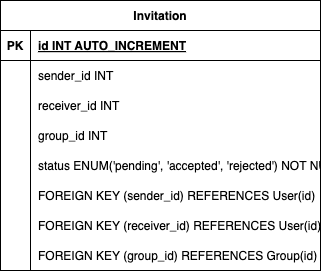
Earlier version of the draw.io export assets/backend_details/invitation.drawio.png (The-5th-PNU-Convergence-SW-Hackathon/PNUSW-2024-team-17). Source tidied: cells renumbered, new cells last; positions are measured from the earlier drawing's top-left corner, leaving out a move shared by most shapes. Its diagram source:
```xml
<mxGraphModel>
  <root>
    <mxCell id="0" />
    <mxCell id="1" parent="0" />
    <mxCell id="2" value="Invitation" style="shape=table;startSize=30;rowLines=0;fontStyle=1;align=center;" parent="1" vertex="1">
      <mxGeometry width="320" height="270" as="geometry" />
    </mxCell>
    <mxCell id="3" style="shape=tableRow;horizontal=0;startSize=0;swimlaneHead=0;swimlaneBody=0;fillColor=none;strokeColor=inherit;top=0;left=0;right=0;bottom=1;" parent="2" vertex="1">
      <mxGeometry y="30" width="320" height="30" as="geometry" />
    </mxCell>
    <mxCell id="4" value="PK" style="shape=partialRectangle;overflow=hidden;fillColor=none;strokeColor=inherit;top=0;left=0;bottom=0;right=0;fontStyle=1;" parent="3" vertex="1">
      <mxGeometry width="30" height="30" as="geometry" />
    </mxCell>
    <mxCell id="5" value="id INT  AUTO_INCREMENT" style="shape=partialRectangle;overflow=hidden;fillColor=none;align=left;strokeColor=inherit;top=0;left=0;bottom=0;right=0;spacingLeft=6;fontStyle=5;" parent="3" vertex="1">
      <mxGeometry x="30" width="290" height="30" as="geometry" />
    </mxCell>
    <mxCell id="6" style="shape=tableRow;horizontal=0;startSize=0;swimlaneHead=0;swimlaneBody=0;fillColor=none;strokeColor=inherit;top=0;left=0;right=0;bottom=0;" parent="2" vertex="1">
      <mxGeometry y="60" width="320" height="30" as="geometry" />
    </mxCell>
    <mxCell id="7" style="shape=partialRectangle;overflow=hidden;fillColor=none;strokeColor=inherit;top=0;left=0;bottom=0;right=0;" parent="6" vertex="1">
      <mxGeometry width="30" height="30" as="geometry" />
    </mxCell>
    <mxCell id="8" value="sender_id INT" style="shape=partialRectangle;overflow=hidden;fillColor=none;align=left;strokeColor=inherit;top=0;left=0;bottom=0;right=0;spacingLeft=6;" parent="6" vertex="1">
      <mxGeometry x="30" width="290" height="30" as="geometry" />
    </mxCell>
    <mxCell id="9" style="shape=tableRow;horizontal=0;startSize=0;swimlaneHead=0;swimlaneBody=0;fillColor=none;strokeColor=inherit;top=0;left=0;right=0;bottom=0;" parent="2" vertex="1">
      <mxGeometry y="90" width="320" height="30" as="geometry" />
    </mxCell>
    <mxCell id="10" style="shape=partialRectangle;overflow=hidden;fillColor=none;strokeColor=inherit;top=0;left=0;bottom=0;right=0;" parent="9" vertex="1">
      <mxGeometry width="30" height="30" as="geometry" />
    </mxCell>
    <mxCell id="11" value="receiver_id INT" style="shape=partialRectangle;overflow=hidden;fillColor=none;align=left;strokeColor=inherit;top=0;left=0;bottom=0;right=0;spacingLeft=6;" parent="9" vertex="1">
      <mxGeometry x="30" width="290" height="30" as="geometry" />
    </mxCell>
    <mxCell id="12" style="shape=tableRow;horizontal=0;startSize=0;swimlaneHead=0;swimlaneBody=0;fillColor=none;strokeColor=inherit;top=0;left=0;right=0;bottom=0;" parent="2" vertex="1">
      <mxGeometry y="120" width="320" height="30" as="geometry" />
    </mxCell>
    <mxCell id="13" style="shape=partialRectangle;overflow=hidden;fillColor=none;strokeColor=inherit;top=0;left=0;bottom=0;right=0;" parent="12" vertex="1">
      <mxGeometry width="30" height="30" as="geometry" />
    </mxCell>
    <mxCell id="14" value="group_id INT" style="shape=partialRectangle;overflow=hidden;fillColor=none;align=left;strokeColor=inherit;top=0;left=0;bottom=0;right=0;spacingLeft=6;" parent="12" vertex="1">
      <mxGeometry x="30" width="290" height="30" as="geometry" />
    </mxCell>
    <mxCell id="15" style="shape=tableRow;horizontal=0;startSize=0;swimlaneHead=0;swimlaneBody=0;fillColor=none;strokeColor=inherit;top=0;left=0;right=0;bottom=0;" parent="2" vertex="1">
      <mxGeometry y="150" width="320" height="30" as="geometry" />
    </mxCell>
    <mxCell id="16" style="shape=partialRectangle;overflow=hidden;fillColor=none;strokeColor=inherit;top=0;left=0;bottom=0;right=0;" parent="15" vertex="1">
      <mxGeometry width="30" height="30" as="geometry" />
    </mxCell>
    <mxCell id="17" value="status ENUM('pending', 'accepted', 'rejected') NOT NULL" style="shape=partialRectangle;overflow=hidden;fillColor=none;align=left;strokeColor=inherit;top=0;left=0;bottom=0;right=0;spacingLeft=6;" parent="15" vertex="1">
      <mxGeometry x="30" width="290" height="30" as="geometry" />
    </mxCell>
    <mxCell id="18" style="shape=tableRow;horizontal=0;startSize=0;swimlaneHead=0;swimlaneBody=0;fillColor=none;strokeColor=inherit;top=0;left=0;right=0;bottom=0;" parent="2" vertex="1">
      <mxGeometry y="180" width="320" height="30" as="geometry" />
    </mxCell>
    <mxCell id="19" style="shape=partialRectangle;overflow=hidden;fillColor=none;strokeColor=inherit;top=0;left=0;bottom=0;right=0;" parent="18" vertex="1">
      <mxGeometry width="30" height="30" as="geometry" />
    </mxCell>
    <mxCell id="20" value="FOREIGN KEY (sender_id) REFERENCES User(id)" style="shape=partialRectangle;overflow=hidden;fillColor=none;align=left;strokeColor=inherit;top=0;left=0;bottom=0;right=0;spacingLeft=6;" parent="18" vertex="1">
      <mxGeometry x="30" width="290" height="30" as="geometry" />
    </mxCell>
    <mxCell id="21" style="shape=tableRow;horizontal=0;startSize=0;swimlaneHead=0;swimlaneBody=0;fillColor=none;strokeColor=inherit;top=0;left=0;right=0;bottom=0;" parent="2" vertex="1">
      <mxGeometry y="210" width="320" height="30" as="geometry" />
    </mxCell>
    <mxCell id="22" style="shape=partialRectangle;overflow=hidden;fillColor=none;strokeColor=inherit;top=0;left=0;bottom=0;right=0;" parent="21" vertex="1">
      <mxGeometry width="30" height="30" as="geometry" />
    </mxCell>
    <mxCell id="23" value="FOREIGN KEY (receiver_id) REFERENCES User(id)" style="shape=partialRectangle;overflow=hidden;fillColor=none;align=left;strokeColor=inherit;top=0;left=0;bottom=0;right=0;spacingLeft=6;" parent="21" vertex="1">
      <mxGeometry x="30" width="290" height="30" as="geometry" />
    </mxCell>
    <mxCell id="24" style="shape=tableRow;horizontal=0;startSize=0;swimlaneHead=0;swimlaneBody=0;fillColor=none;strokeColor=inherit;top=0;left=0;right=0;bottom=0;" parent="2" vertex="1">
      <mxGeometry y="240" width="320" height="30" as="geometry" />
    </mxCell>
    <mxCell id="25" style="shape=partialRectangle;overflow=hidden;fillColor=none;strokeColor=inherit;top=0;left=0;bottom=0;right=0;" parent="24" vertex="1">
      <mxGeometry width="30" height="30" as="geometry" />
    </mxCell>
    <mxCell id="26" value="FOREIGN KEY (group_id) REFERENCES Group(id)" style="shape=partialRectangle;overflow=hidden;fillColor=none;align=left;strokeColor=inherit;top=0;left=0;bottom=0;right=0;spacingLeft=6;" parent="24" vertex="1">
      <mxGeometry x="30" width="290" height="30" as="geometry" />
    </mxCell>
  </root>
</mxGraphModel>
```
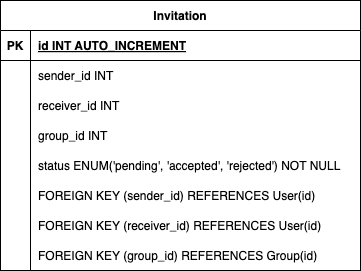
The same diagram one commit later.

Change to the diagram source:
```diff
@@ -2,80 +2,80 @@
   <root>
     <mxCell id="0" />
     <mxCell id="1" parent="0" />
-    <mxCell id="2" value="Invitation" style="shape=table;startSize=30;rowLines=0;fontStyle=1;align=center;" parent="1" vertex="1">
-      <mxGeometry width="320" height="270" as="geometry" />
+    <mxCell id="2" value="Invitation" style="shape=table;startSize=30;rowLines=0;fontStyle=1;align=center;swimlaneFillColor=#FFFFFF;" parent="1" vertex="1">
+      <mxGeometry width="360" height="270" as="geometry" />
     </mxCell>
-    <mxCell id="3" style="shape=tableRow;horizontal=0;startSize=0;swimlaneHead=0;swimlaneBody=0;fillColor=none;strokeColor=inherit;top=0;left=0;right=0;bottom=1;" parent="2" vertex="1">
-      <mxGeometry y="30" width="320" height="30" as="geometry" />
+    <mxCell id="3" style="shape=tableRow;horizontal=0;startSize=0;swimlaneHead=0;swimlaneBody=0;fillColor=none;strokeColor=inherit;top=0;left=0;right=0;bottom=1;swimlaneFillColor=#FFFFFF;" parent="2" vertex="1">
+      <mxGeometry y="30" width="360" height="30" as="geometry" />
     </mxCell>
-    <mxCell id="4" value="PK" style="shape=partialRectangle;overflow=hidden;fillColor=none;strokeColor=inherit;top=0;left=0;bottom=0;right=0;fontStyle=1;" parent="3" vertex="1">
+    <mxCell id="4" value="PK" style="shape=partialRectangle;overflow=hidden;fillColor=none;strokeColor=inherit;top=0;left=0;bottom=0;right=0;fontStyle=1;swimlaneFillColor=#FFFFFF;" parent="3" vertex="1">
       <mxGeometry width="30" height="30" as="geometry" />
     </mxCell>
-    <mxCell id="5" value="id INT  AUTO_INCREMENT" style="shape=partialRectangle;overflow=hidden;fillColor=none;align=left;strokeColor=inherit;top=0;left=0;bottom=0;right=0;spacingLeft=6;fontStyle=5;" parent="3" vertex="1">
-      <mxGeometry x="30" width="290" height="30" as="geometry" />
+    <mxCell id="5" value="id INT  AUTO_INCREMENT" style="shape=partialRectangle;overflow=hidden;fillColor=none;align=left;strokeColor=inherit;top=0;left=0;bottom=0;right=0;spacingLeft=6;fontStyle=5;swimlaneFillColor=#FFFFFF;" parent="3" vertex="1">
+      <mxGeometry x="30" width="330" height="30" as="geometry" />
     </mxCell>
-    <mxCell id="6" style="shape=tableRow;horizontal=0;startSize=0;swimlaneHead=0;swimlaneBody=0;fillColor=none;strokeColor=inherit;top=0;left=0;right=0;bottom=0;" parent="2" vertex="1">
-      <mxGeometry y="60" width="320" height="30" as="geometry" />
+    <mxCell id="6" style="shape=tableRow;horizontal=0;startSize=0;swimlaneHead=0;swimlaneBody=0;fillColor=none;strokeColor=inherit;top=0;left=0;right=0;bottom=0;swimlaneFillColor=#FFFFFF;" parent="2" vertex="1">
+      <mxGeometry y="60" width="360" height="30" as="geometry" />
     </mxCell>
-    <mxCell id="7" style="shape=partialRectangle;overflow=hidden;fillColor=none;strokeColor=inherit;top=0;left=0;bottom=0;right=0;" parent="6" vertex="1">
+    <mxCell id="7" style="shape=partialRectangle;overflow=hidden;fillColor=none;strokeColor=inherit;top=0;left=0;bottom=0;right=0;swimlaneFillColor=#FFFFFF;" parent="6" vertex="1">
       <mxGeometry width="30" height="30" as="geometry" />
     </mxCell>
-    <mxCell id="8" value="sender_id INT" style="shape=partialRectangle;overflow=hidden;fillColor=none;align=left;strokeColor=inherit;top=0;left=0;bottom=0;right=0;spacingLeft=6;" parent="6" vertex="1">
-      <mxGeometry x="30" width="290" height="30" as="geometry" />
+    <mxCell id="8" value="sender_id INT" style="shape=partialRectangle;overflow=hidden;fillColor=none;align=left;strokeColor=inherit;top=0;left=0;bottom=0;right=0;spacingLeft=6;swimlaneFillColor=#FFFFFF;" parent="6" vertex="1">
+      <mxGeometry x="30" width="330" height="30" as="geometry" />
     </mxCell>
-    <mxCell id="9" style="shape=tableRow;horizontal=0;startSize=0;swimlaneHead=0;swimlaneBody=0;fillColor=none;strokeColor=inherit;top=0;left=0;right=0;bottom=0;" parent="2" vertex="1">
-      <mxGeometry y="90" width="320" height="30" as="geometry" />
+    <mxCell id="9" style="shape=tableRow;horizontal=0;startSize=0;swimlaneHead=0;swimlaneBody=0;fillColor=none;strokeColor=inherit;top=0;left=0;right=0;bottom=0;swimlaneFillColor=#FFFFFF;" parent="2" vertex="1">
+      <mxGeometry y="90" width="360" height="30" as="geometry" />
     </mxCell>
-    <mxCell id="10" style="shape=partialRectangle;overflow=hidden;fillColor=none;strokeColor=inherit;top=0;left=0;bottom=0;right=0;" parent="9" vertex="1">
+    <mxCell id="10" style="shape=partialRectangle;overflow=hidden;fillColor=none;strokeColor=inherit;top=0;left=0;bottom=0;right=0;swimlaneFillColor=#FFFFFF;" parent="9" vertex="1">
       <mxGeometry width="30" height="30" as="geometry" />
     </mxCell>
-    <mxCell id="11" value="receiver_id INT" style="shape=partialRectangle;overflow=hidden;fillColor=none;align=left;strokeColor=inherit;top=0;left=0;bottom=0;right=0;spacingLeft=6;" parent="9" vertex="1">
-      <mxGeometry x="30" width="290" height="30" as="geometry" />
+    <mxCell id="11" value="receiver_id INT" style="shape=partialRectangle;overflow=hidden;fillColor=none;align=left;strokeColor=inherit;top=0;left=0;bottom=0;right=0;spacingLeft=6;swimlaneFillColor=#FFFFFF;" parent="9" vertex="1">
+      <mxGeometry x="30" width="330" height="30" as="geometry" />
     </mxCell>
-    <mxCell id="12" style="shape=tableRow;horizontal=0;startSize=0;swimlaneHead=0;swimlaneBody=0;fillColor=none;strokeColor=inherit;top=0;left=0;right=0;bottom=0;" parent="2" vertex="1">
-      <mxGeometry y="120" width="320" height="30" as="geometry" />
+    <mxCell id="12" style="shape=tableRow;horizontal=0;startSize=0;swimlaneHead=0;swimlaneBody=0;fillColor=none;strokeColor=inherit;top=0;left=0;right=0;bottom=0;swimlaneFillColor=#FFFFFF;" parent="2" vertex="1">
+      <mxGeometry y="120" width="360" height="30" as="geometry" />
     </mxCell>
-    <mxCell id="13" style="shape=partialRectangle;overflow=hidden;fillColor=none;strokeColor=inherit;top=0;left=0;bottom=0;right=0;" parent="12" vertex="1">
+    <mxCell id="13" style="shape=partialRectangle;overflow=hidden;fillColor=none;strokeColor=inherit;top=0;left=0;bottom=0;right=0;swimlaneFillColor=#FFFFFF;" parent="12" vertex="1">
       <mxGeometry width="30" height="30" as="geometry" />
     </mxCell>
-    <mxCell id="14" value="group_id INT" style="shape=partialRectangle;overflow=hidden;fillColor=none;align=left;strokeColor=inherit;top=0;left=0;bottom=0;right=0;spacingLeft=6;" parent="12" vertex="1">
-      <mxGeometry x="30" width="290" height="30" as="geometry" />
+    <mxCell id="14" value="group_id INT" style="shape=partialRectangle;overflow=hidden;fillColor=none;align=left;strokeColor=inherit;top=0;left=0;bottom=0;right=0;spacingLeft=6;swimlaneFillColor=#FFFFFF;" parent="12" vertex="1">
+      <mxGeometry x="30" width="330" height="30" as="geometry" />
     </mxCell>
-    <mxCell id="15" style="shape=tableRow;horizontal=0;startSize=0;swimlaneHead=0;swimlaneBody=0;fillColor=none;strokeColor=inherit;top=0;left=0;right=0;bottom=0;" parent="2" vertex="1">
-      <mxGeometry y="150" width="320" height="30" as="geometry" />
+    <mxCell id="15" style="shape=tableRow;horizontal=0;startSize=0;swimlaneHead=0;swimlaneBody=0;fillColor=none;strokeColor=inherit;top=0;left=0;right=0;bottom=0;swimlaneFillColor=#FFFFFF;" parent="2" vertex="1">
+      <mxGeometry y="150" width="360" height="30" as="geometry" />
     </mxCell>
-    <mxCell id="16" style="shape=partialRectangle;overflow=hidden;fillColor=none;strokeColor=inherit;top=0;left=0;bottom=0;right=0;" parent="15" vertex="1">
+    <mxCell id="16" style="shape=partialRectangle;overflow=hidden;fillColor=none;strokeColor=inherit;top=0;left=0;bottom=0;right=0;swimlaneFillColor=#FFFFFF;" parent="15" vertex="1">
       <mxGeometry width="30" height="30" as="geometry" />
     </mxCell>
-    <mxCell id="17" value="status ENUM('pending', 'accepted', 'rejected') NOT NULL" style="shape=partialRectangle;overflow=hidden;fillColor=none;align=left;strokeColor=inherit;top=0;left=0;bottom=0;right=0;spacingLeft=6;" parent="15" vertex="1">
-      <mxGeometry x="30" width="290" height="30" as="geometry" />
+    <mxCell id="17" value="status ENUM('pending', 'accepted', 'rejected') NOT NULL" style="shape=partialRectangle;overflow=hidden;fillColor=none;align=left;strokeColor=inherit;top=0;left=0;bottom=0;right=0;spacingLeft=6;swimlaneFillColor=#FFFFFF;" parent="15" vertex="1">
+      <mxGeometry x="30" width="330" height="30" as="geometry" />
     </mxCell>
-    <mxCell id="18" style="shape=tableRow;horizontal=0;startSize=0;swimlaneHead=0;swimlaneBody=0;fillColor=none;strokeColor=inherit;top=0;left=0;right=0;bottom=0;" parent="2" vertex="1">
-      <mxGeometry y="180" width="320" height="30" as="geometry" />
+    <mxCell id="18" style="shape=tableRow;horizontal=0;startSize=0;swimlaneHead=0;swimlaneBody=0;fillColor=none;strokeColor=inherit;top=0;left=0;right=0;bottom=0;swimlaneFillColor=#FFFFFF;" parent="2" vertex="1">
+      <mxGeometry y="180" width="360" height="30" as="geometry" />
     </mxCell>
-    <mxCell id="19" style="shape=partialRectangle;overflow=hidden;fillColor=none;strokeColor=inherit;top=0;left=0;bottom=0;right=0;" parent="18" vertex="1">
+    <mxCell id="19" style="shape=partialRectangle;overflow=hidden;fillColor=none;strokeColor=inherit;top=0;left=0;bottom=0;right=0;swimlaneFillColor=#FFFFFF;" parent="18" vertex="1">
       <mxGeometry width="30" height="30" as="geometry" />
     </mxCell>
-    <mxCell id="20" value="FOREIGN KEY (sender_id) REFERENCES User(id)" style="shape=partialRectangle;overflow=hidden;fillColor=none;align=left;strokeColor=inherit;top=0;left=0;bottom=0;right=0;spacingLeft=6;" parent="18" vertex="1">
-      <mxGeometry x="30" width="290" height="30" as="geometry" />
+    <mxCell id="20" value="FOREIGN KEY (sender_id) REFERENCES User(id)" style="shape=partialRectangle;overflow=hidden;fillColor=none;align=left;strokeColor=inherit;top=0;left=0;bottom=0;right=0;spacingLeft=6;swimlaneFillColor=#FFFFFF;" parent="18" vertex="1">
+      <mxGeometry x="30" width="330" height="30" as="geometry" />
     </mxCell>
-    <mxCell id="21" style="shape=tableRow;horizontal=0;startSize=0;swimlaneHead=0;swimlaneBody=0;fillColor=none;strokeColor=inherit;top=0;left=0;right=0;bottom=0;" parent="2" vertex="1">
-      <mxGeometry y="210" width="320" height="30" as="geometry" />
+    <mxCell id="21" style="shape=tableRow;horizontal=0;startSize=0;swimlaneHead=0;swimlaneBody=0;fillColor=none;strokeColor=inherit;top=0;left=0;right=0;bottom=0;swimlaneFillColor=#FFFFFF;" parent="2" vertex="1">
+      <mxGeometry y="210" width="360" height="30" as="geometry" />
     </mxCell>
-    <mxCell id="22" style="shape=partialRectangle;overflow=hidden;fillColor=none;strokeColor=inherit;top=0;left=0;bottom=0;right=0;" parent="21" vertex="1">
+    <mxCell id="22" style="shape=partialRectangle;overflow=hidden;fillColor=none;strokeColor=inherit;top=0;left=0;bottom=0;right=0;swimlaneFillColor=#FFFFFF;" parent="21" vertex="1">
       <mxGeometry width="30" height="30" as="geometry" />
     </mxCell>
-    <mxCell id="23" value="FOREIGN KEY (receiver_id) REFERENCES User(id)" style="shape=partialRectangle;overflow=hidden;fillColor=none;align=left;strokeColor=inherit;top=0;left=0;bottom=0;right=0;spacingLeft=6;" parent="21" vertex="1">
-      <mxGeometry x="30" width="290" height="30" as="geometry" />
+    <mxCell id="23" value="FOREIGN KEY (receiver_id) REFERENCES User(id)" style="shape=partialRectangle;overflow=hidden;fillColor=none;align=left;strokeColor=inherit;top=0;left=0;bottom=0;right=0;spacingLeft=6;swimlaneFillColor=#FFFFFF;" parent="21" vertex="1">
+      <mxGeometry x="30" width="330" height="30" as="geometry" />
     </mxCell>
-    <mxCell id="24" style="shape=tableRow;horizontal=0;startSize=0;swimlaneHead=0;swimlaneBody=0;fillColor=none;strokeColor=inherit;top=0;left=0;right=0;bottom=0;" parent="2" vertex="1">
-      <mxGeometry y="240" width="320" height="30" as="geometry" />
+    <mxCell id="24" style="shape=tableRow;horizontal=0;startSize=0;swimlaneHead=0;swimlaneBody=0;fillColor=none;strokeColor=inherit;top=0;left=0;right=0;bottom=0;swimlaneFillColor=#FFFFFF;" parent="2" vertex="1">
+      <mxGeometry y="240" width="360" height="30" as="geometry" />
     </mxCell>
-    <mxCell id="25" style="shape=partialRectangle;overflow=hidden;fillColor=none;strokeColor=inherit;top=0;left=0;bottom=0;right=0;" parent="24" vertex="1">
+    <mxCell id="25" style="shape=partialRectangle;overflow=hidden;fillColor=none;strokeColor=inherit;top=0;left=0;bottom=0;right=0;swimlaneFillColor=#FFFFFF;" parent="24" vertex="1">
       <mxGeometry width="30" height="30" as="geometry" />
     </mxCell>
-    <mxCell id="26" value="FOREIGN KEY (group_id) REFERENCES Group(id)" style="shape=partialRectangle;overflow=hidden;fillColor=none;align=left;strokeColor=inherit;top=0;left=0;bottom=0;right=0;spacingLeft=6;" parent="24" vertex="1">
-      <mxGeometry x="30" width="290" height="30" as="geometry" />
+    <mxCell id="26" value="FOREIGN KEY (group_id) REFERENCES Group(id)" style="shape=partialRectangle;overflow=hidden;fillColor=none;align=left;strokeColor=inherit;top=0;left=0;bottom=0;right=0;spacingLeft=6;swimlaneFillColor=#FFFFFF;" parent="24" vertex="1">
+      <mxGeometry x="30" width="330" height="30" as="geometry" />
     </mxCell>
   </root>
 </mxGraphModel>
```
